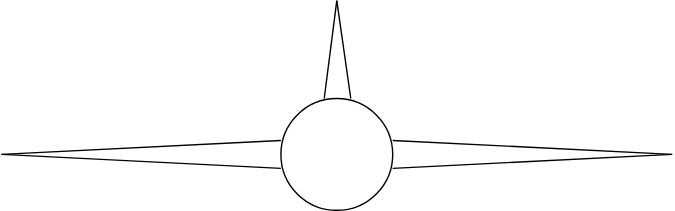
lucasng32/replayGraphMSFS keeps this draw.io diagram as web/plane.svg. Above is the earlier version. Source tidied: cells renumbered, new cells last; positions are measured from the earlier drawing's top-left corner, leaving out a move shared by most shapes.
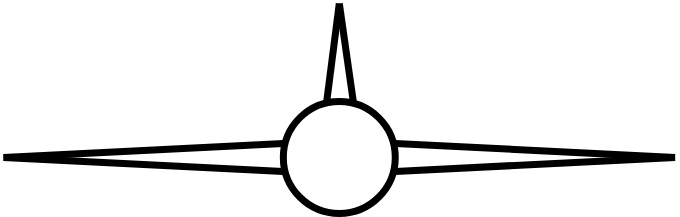
Above is the later version.

Diff of the diagram source:
```diff
@@ -2,43 +2,43 @@
   <root>
     <mxCell id="0" />
     <mxCell id="1" parent="0" />
-    <mxCell id="2" style="ellipse;whiteSpace=wrap;html=1;" parent="1" vertex="1">
+    <mxCell id="2" style="ellipse;whiteSpace=wrap;html=1;strokeWidth=5;" parent="1" vertex="1">
       <mxGeometry x="200" y="70" width="80" height="80" as="geometry" />
     </mxCell>
-    <mxCell id="3" style="endArrow=none;html=1;rounded=0;" parent="1" edge="1">
+    <mxCell id="3" style="endArrow=none;html=1;rounded=0;strokeWidth=5;" parent="1" edge="1">
       <mxGeometry relative="1" as="geometry">
         <mxPoint x="240" as="sourcePoint" />
         <mxPoint x="231" y="70" as="targetPoint" />
       </mxGeometry>
     </mxCell>
-    <mxCell id="4" style="endArrow=none;html=1;rounded=0;" parent="1" edge="1">
+    <mxCell id="4" style="endArrow=none;html=1;rounded=0;strokeWidth=5;" parent="1" edge="1">
       <mxGeometry relative="1" as="geometry">
         <mxPoint x="280" y="100" as="sourcePoint" />
         <mxPoint x="480" y="110" as="targetPoint" />
       </mxGeometry>
     </mxCell>
-    <mxCell id="5" style="endArrow=none;html=1;rounded=0;" parent="1" edge="1">
+    <mxCell id="5" style="endArrow=none;html=1;rounded=0;strokeWidth=5;" parent="1" edge="1">
       <mxGeometry relative="1" as="geometry">
         <mxPoint x="280" y="120" as="sourcePoint" />
         <mxPoint x="480" y="110" as="targetPoint" />
       </mxGeometry>
     </mxCell>
-    <mxCell id="6" style="group;rotation=-180;" parent="1" vertex="1">
+    <mxCell id="6" style="group;rotation=-180;strokeWidth=5;" parent="1" vertex="1">
       <mxGeometry y="100" width="200" height="20" as="geometry" />
     </mxCell>
-    <mxCell id="7" style="endArrow=none;html=1;rounded=0;" parent="6" edge="1">
+    <mxCell id="7" style="endArrow=none;html=1;rounded=0;strokeWidth=5;" parent="6" edge="1">
       <mxGeometry relative="1" as="geometry">
         <mxPoint x="200" y="20" as="sourcePoint" />
         <mxPoint y="10" as="targetPoint" />
       </mxGeometry>
     </mxCell>
-    <mxCell id="8" style="endArrow=none;html=1;rounded=0;" parent="6" edge="1">
+    <mxCell id="8" style="endArrow=none;html=1;rounded=0;strokeWidth=5;" parent="6" edge="1">
       <mxGeometry relative="1" as="geometry">
         <mxPoint x="200" as="sourcePoint" />
         <mxPoint y="10" as="targetPoint" />
       </mxGeometry>
     </mxCell>
-    <mxCell id="9" style="endArrow=none;html=1;rounded=0;" parent="1" edge="1">
+    <mxCell id="9" style="endArrow=none;html=1;rounded=0;strokeWidth=5;" parent="1" edge="1">
       <mxGeometry relative="1" as="geometry">
         <mxPoint x="240" as="sourcePoint" />
         <mxPoint x="250" y="70" as="targetPoint" />
```
